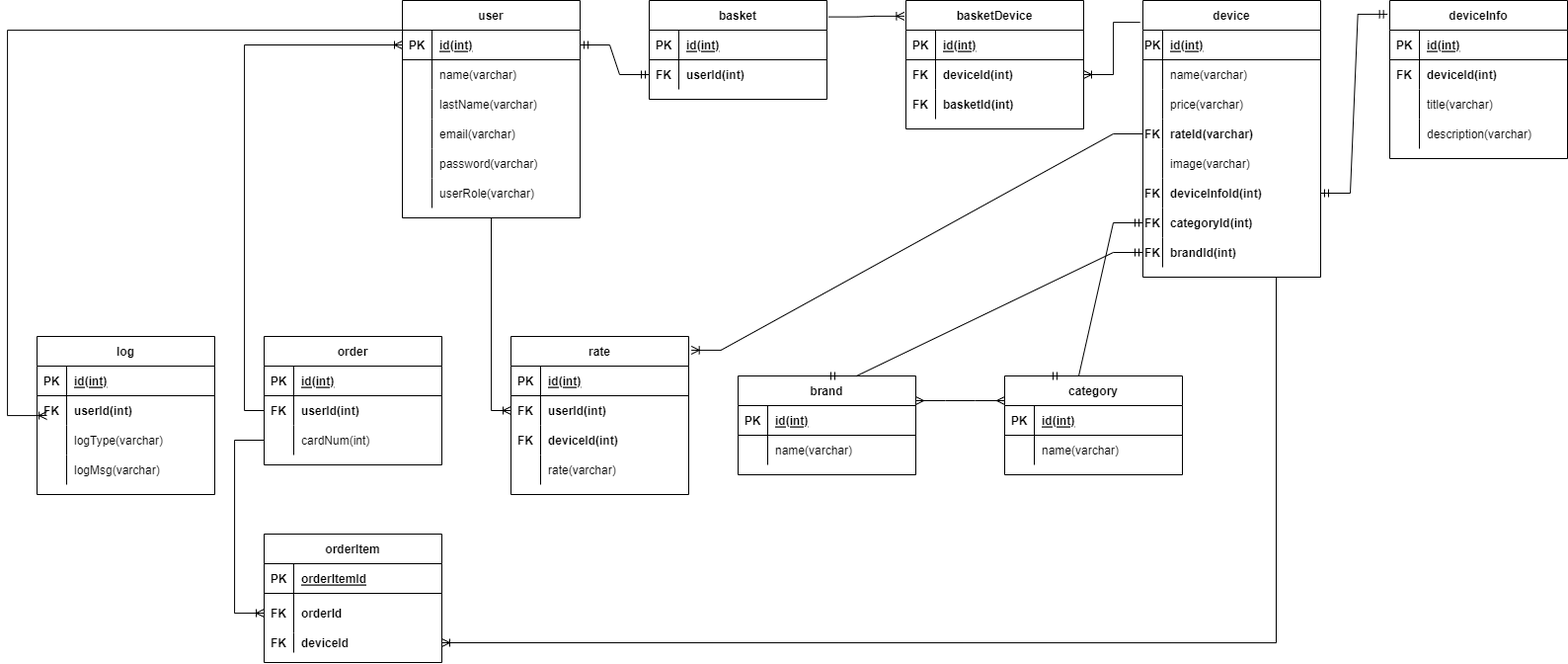
Before: Lab1/Lab1.drawio.png, a diagram exported from draw.io (Freasylol/MDiSUBD). Source tidied: cells renumbered, new cells last; positions are measured from the earlier drawing's top-left corner, leaving out a move shared by most shapes.
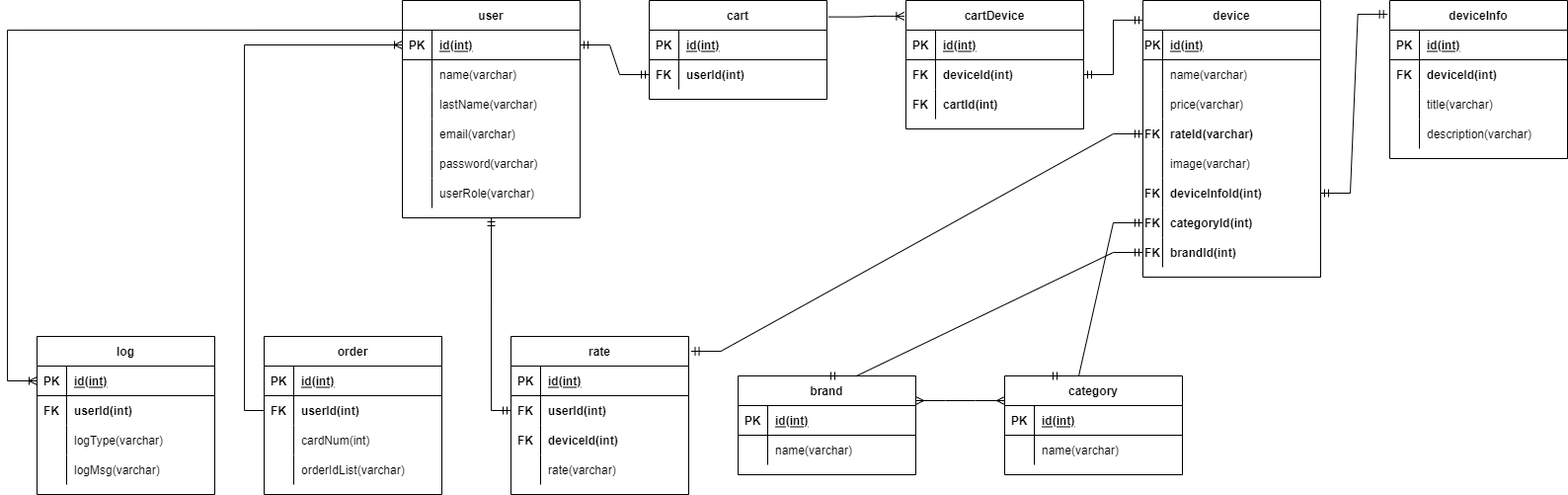
After the change.

Commit message:
refactor: basket replaced by cart

The edit, as a diff of the source:
```diff
@@ -59,7 +59,7 @@
     <mxCell id="20" value="userRole(varchar)" style="shape=partialRectangle;fillColor=none;top=0;left=0;bottom=0;right=0;align=left;spacingLeft=6;overflow=hidden;" parent="18" vertex="1">
       <mxGeometry x="30" width="150" height="30" as="geometry" />
     </mxCell>
-    <mxCell id="21" value="basket" style="shape=table;startSize=30;rowLines=0;fontStyle=1;align=center;" parent="1" vertex="1">
+    <mxCell id="21" value="cart" style="shape=table;startSize=30;rowLines=0;fontStyle=1;align=center;" parent="1" vertex="1">
       <mxGeometry x="650" width="180" height="100" as="geometry" />
     </mxCell>
     <mxCell id="22" style="shape=tableRow;horizontal=0;startSize=0;swimlaneHead=0;swimlaneBody=0;fillColor=none;top=0;left=0;right=0;bottom=1;" parent="21" vertex="1">
@@ -80,7 +80,7 @@
     <mxCell id="27" value="userId(int)" style="shape=partialRectangle;fillColor=none;top=0;left=0;bottom=0;right=0;align=left;spacingLeft=6;overflow=hidden;fontStyle=1;" parent="25" vertex="1">
       <mxGeometry x="30" width="150" height="30" as="geometry" />
     </mxCell>
-    <mxCell id="28" value="basketDevice" style="shape=table;startSize=30;rowLines=0;fontStyle=1;align=center;" parent="1" vertex="1">
+    <mxCell id="28" value="cartDevice" style="shape=table;startSize=30;rowLines=0;fontStyle=1;align=center;" parent="1" vertex="1">
       <mxGeometry x="910" width="180" height="130" as="geometry" />
     </mxCell>
     <mxCell id="29" style="shape=tableRow;horizontal=0;startSize=0;swimlaneHead=0;swimlaneBody=0;fillColor=none;top=0;left=0;right=0;bottom=1;" parent="28" vertex="1">
@@ -107,7 +107,7 @@
     <mxCell id="36" value="FK" style="shape=partialRectangle;fillColor=none;top=0;left=0;bottom=0;right=0;overflow=hidden;fontStyle=1;" parent="35" vertex="1">
       <mxGeometry width="30" height="30" as="geometry" />
     </mxCell>
-    <mxCell id="37" value="basketId(int)" style="shape=partialRectangle;fillColor=none;top=0;left=0;bottom=0;right=0;align=left;spacingLeft=6;overflow=hidden;fontStyle=1;" parent="35" vertex="1">
+    <mxCell id="37" value="cartId(int)" style="shape=partialRectangle;fillColor=none;top=0;left=0;bottom=0;right=0;align=left;spacingLeft=6;overflow=hidden;fontStyle=1;" parent="35" vertex="1">
       <mxGeometry x="30" width="150" height="30" as="geometry" />
     </mxCell>
     <mxCell id="38" style="edgeStyle=entityRelationEdgeStyle;fontSize=12;html=1;endArrow=ERmandOne;startArrow=ERmandOne;rounded=0;exitX=1;exitY=0.5;exitDx=0;exitDy=0;entryX=0;entryY=0.5;entryDx=0;entryDy=0;" parent="1" edge="1" source="3" target="25">
@@ -230,6 +230,9 @@
     <mxCell id="77" value="description(varchar)" style="shape=partialRectangle;fillColor=none;top=0;left=0;bottom=0;right=0;align=left;spacingLeft=6;overflow=hidden;fontStyle=0;" parent="75" vertex="1">
       <mxGeometry x="30" width="150" height="30" as="geometry" />
     </mxCell>
+    <mxCell id="149" style="edgeStyle=entityRelationEdgeStyle;fontSize=12;html=1;endArrow=ERmandOne;startArrow=ERmandOne;rounded=0;exitX=1;exitY=0.5;exitDx=0;exitDy=0;entryX=0;entryY=0.071;entryDx=0;entryDy=0;entryPerimeter=0;" parent="1" edge="1" source="32" target="40">
+      <mxGeometry relative="1" as="geometry" />
+    </mxCell>
     <mxCell id="78" style="edgeStyle=entityRelationEdgeStyle;fontSize=12;html=1;endArrow=ERmandOne;startArrow=ERmandOne;rounded=0;exitX=1;exitY=0.5;exitDx=0;exitDy=0;entryX=-0.013;entryY=0.087;entryDx=0;entryDy=0;entryPerimeter=0;" parent="1" edge="1" source="56" target="65">
       <mxGeometry relative="1" as="geometry" />
     </mxCell>
@@ -272,6 +275,16 @@
     <mxCell id="91" value="rate(varchar)" style="shape=partialRectangle;fillColor=none;top=0;left=0;bottom=0;right=0;align=left;spacingLeft=6;overflow=hidden;fontStyle=0;" parent="89" vertex="1">
       <mxGeometry x="30" width="150" height="30" as="geometry" />
     </mxCell>
+    <mxCell id="150" style="edgeStyle=orthogonalEdgeStyle;fontSize=12;html=1;endArrow=ERmandOne;startArrow=ERmandOne;rounded=0;entryX=0.5;entryY=1;entryDx=0;entryDy=0;exitX=0;exitY=0.5;exitDx=0;exitDy=0;" parent="1" edge="1" source="83" target="2">
+      <mxGeometry relative="1" as="geometry">
+        <Array as="points">
+          <mxPoint x="490" y="415" />
+        </Array>
+      </mxGeometry>
+    </mxCell>
+    <mxCell id="151" style="edgeStyle=entityRelationEdgeStyle;fontSize=12;html=1;endArrow=ERmandOne;startArrow=ERmandOne;rounded=0;exitX=1.014;exitY=0.094;exitDx=0;exitDy=0;exitPerimeter=0;entryX=0;entryY=0.5;entryDx=0;entryDy=0;" parent="1" edge="1" source="79" target="50">
+      <mxGeometry relative="1" as="geometry" />
+    </mxCell>
     <mxCell id="92" value="brand" style="shape=table;startSize=30;rowLines=0;fontStyle=1;align=center;" parent="1" vertex="1">
       <mxGeometry x="740" y="380" width="180" height="100" as="geometry" />
     </mxCell>
@@ -324,7 +337,7 @@
       <mxGeometry relative="1" as="geometry" />
     </mxCell>
     <mxCell id="109" value="order" style="shape=table;startSize=30;rowLines=0;fontStyle=1;align=center;" parent="1" vertex="1">
-      <mxGeometry x="260" y="340" width="180" height="130" as="geometry" />
+      <mxGeometry x="260" y="340" width="180" height="160" as="geometry" />
     </mxCell>
     <mxCell id="110" style="shape=tableRow;horizontal=0;startSize=0;swimlaneHead=0;swimlaneBody=0;fillColor=none;top=0;left=0;right=0;bottom=1;" parent="109" vertex="1">
       <mxGeometry y="30" width="180" height="30" as="geometry" />
@@ -353,6 +366,15 @@
     <mxCell id="118" value="cardNum(int)" style="shape=partialRectangle;fillColor=none;top=0;left=0;bottom=0;right=0;align=left;spacingLeft=6;overflow=hidden;" parent="116" vertex="1">
       <mxGeometry x="30" width="150" height="30" as="geometry" />
     </mxCell>
+    <mxCell id="152" style="shape=tableRow;horizontal=0;startSize=0;swimlaneHead=0;swimlaneBody=0;fillColor=none;top=0;left=0;right=0;bottom=0;" parent="109" vertex="1">
+      <mxGeometry y="120" width="180" height="30" as="geometry" />
+    </mxCell>
+    <mxCell id="153" style="shape=partialRectangle;fillColor=none;top=0;left=0;bottom=0;right=0;overflow=hidden;" parent="152" vertex="1">
+      <mxGeometry width="30" height="30" as="geometry" />
+    </mxCell>
+    <mxCell id="154" value="orderIdList(varchar)" style="shape=partialRectangle;fillColor=none;top=0;left=0;bottom=0;right=0;align=left;spacingLeft=6;overflow=hidden;" parent="152" vertex="1">
+      <mxGeometry x="30" width="150" height="30" as="geometry" />
+    </mxCell>
     <mxCell id="119" value="log" style="shape=table;startSize=30;rowLines=0;fontStyle=1;align=center;" parent="1" vertex="1">
       <mxGeometry x="30" y="340" width="180" height="160" as="geometry" />
     </mxCell>
@@ -400,69 +422,13 @@
         </Array>
       </mxGeometry>
     </mxCell>
-    <mxCell id="133" style="edgeStyle=orthogonalEdgeStyle;fontSize=12;html=1;endArrow=ERoneToMany;rounded=0;exitX=0;exitY=0;exitDx=0;exitDy=0;exitPerimeter=0;" parent="1" edge="1" source="3">
+    <mxCell id="133" style="edgeStyle=orthogonalEdgeStyle;fontSize=12;html=1;endArrow=ERoneToMany;rounded=0;entryX=0;entryY=0.5;entryDx=0;entryDy=0;exitX=0;exitY=0;exitDx=0;exitDy=0;exitPerimeter=0;" parent="1" edge="1" source="3" target="120">
       <mxGeometry relative="1" as="geometry">
-        <mxPoint x="40" y="420" as="targetPoint" />
         <Array as="points">
           <mxPoint y="30" />
-          <mxPoint y="420" />
-          <mxPoint x="30" y="420" />
+          <mxPoint y="385" />
         </Array>
       </mxGeometry>
     </mxCell>
-    <mxCell id="134" value="orderItem" style="shape=table;startSize=30;rowLines=0;fontStyle=1;align=center;" parent="1" vertex="1">
-      <mxGeometry x="260" y="540" width="180" height="130" as="geometry" />
-    </mxCell>
-    <mxCell id="135" style="shape=tableRow;horizontal=0;startSize=0;swimlaneHead=0;swimlaneBody=0;fillColor=none;top=0;left=0;right=0;bottom=1;" parent="134" vertex="1">
-      <mxGeometry y="30" width="180" height="30" as="geometry" />
-    </mxCell>
-    <mxCell id="136" value="PK" style="shape=partialRectangle;fillColor=none;top=0;left=0;bottom=0;right=0;fontStyle=1;overflow=hidden;" parent="135" vertex="1">
-      <mxGeometry width="30" height="30" as="geometry" />
-    </mxCell>
-    <mxCell id="137" value="orderItemId" style="shape=partialRectangle;fillColor=none;top=0;left=0;bottom=0;right=0;align=left;spacingLeft=6;fontStyle=5;overflow=hidden;" parent="135" vertex="1">
-      <mxGeometry x="30" width="150" height="30" as="geometry" />
-    </mxCell>
-    <mxCell id="138" style="shape=tableRow;horizontal=0;startSize=0;swimlaneHead=0;swimlaneBody=0;fillColor=none;points=[[0,0.5],[1,0.5]];portConstraint=eastwest;top=0;left=0;right=0;bottom=0;" parent="134" vertex="1">
-      <mxGeometry y="60" width="180" height="40" as="geometry" />
-    </mxCell>
-    <mxCell id="139" value="FK" style="shape=partialRectangle;fillColor=none;top=0;left=0;bottom=0;right=0;overflow=hidden;fontStyle=1;" parent="138" vertex="1">
-      <mxGeometry width="30" height="40" as="geometry" />
-    </mxCell>
-    <mxCell id="140" value="orderId" style="shape=partialRectangle;fillColor=none;top=0;left=0;bottom=0;right=0;align=left;spacingLeft=6;overflow=hidden;fontStyle=1;" parent="138" vertex="1">
-      <mxGeometry x="30" width="150" height="40" as="geometry" />
-    </mxCell>
-    <mxCell id="141" style="shape=tableRow;horizontal=0;startSize=0;swimlaneHead=0;swimlaneBody=0;fillColor=none;points=[[0,0.5],[1,0.5]];portConstraint=eastwest;top=0;left=0;right=0;bottom=0;" parent="134" vertex="1">
-      <mxGeometry y="100" width="180" height="20" as="geometry" />
-    </mxCell>
-    <mxCell id="142" value="FK" style="shape=partialRectangle;fillColor=none;top=0;left=0;bottom=0;right=0;overflow=hidden;fontStyle=1;" parent="141" vertex="1">
-      <mxGeometry width="30" height="20" as="geometry" />
-    </mxCell>
-    <mxCell id="143" value="deviceId" style="shape=partialRectangle;fillColor=none;top=0;left=0;bottom=0;right=0;align=left;spacingLeft=6;overflow=hidden;fontStyle=1;" parent="141" vertex="1">
-      <mxGeometry x="30" width="150" height="20" as="geometry" />
-    </mxCell>
-    <mxCell id="144" style="edgeStyle=orthogonalEdgeStyle;fontSize=12;html=1;endArrow=ERoneToMany;rounded=0;exitX=0.5;exitY=1;exitDx=0;exitDy=0;entryX=0;entryY=0.5;entryDx=0;entryDy=0;" parent="1" edge="1" source="2" target="83">
-      <mxGeometry relative="1" as="geometry">
-        <Array as="points">
-          <mxPoint x="490" y="415" />
-        </Array>
-      </mxGeometry>
-    </mxCell>
-    <mxCell id="145" style="edgeStyle=orthogonalEdgeStyle;fontSize=12;html=1;endArrow=ERoneToMany;rounded=0;entryX=0;entryY=0.5;entryDx=0;entryDy=0;exitX=0;exitY=0.5;exitDx=0;exitDy=0;" parent="1" edge="1" source="116" target="138">
-      <mxGeometry relative="1" as="geometry">
-        <Array as="points">
-          <mxPoint x="230" y="445" />
-          <mxPoint x="230" y="620" />
-        </Array>
-      </mxGeometry>
-    </mxCell>
-    <mxCell id="146" style="edgeStyle=orthogonalEdgeStyle;fontSize=12;html=1;endArrow=ERoneToMany;rounded=0;entryX=1;entryY=0.5;entryDx=0;entryDy=0;exitX=0.75;exitY=1;exitDx=0;exitDy=0;" parent="1" edge="1" source="40" target="141">
-      <mxGeometry relative="1" as="geometry" />
-    </mxCell>
-    <mxCell id="147" style="edgeStyle=orthogonalEdgeStyle;fontSize=12;html=1;endArrow=ERoneToMany;rounded=0;entryX=1;entryY=0.5;entryDx=0;entryDy=0;exitX=-0.016;exitY=0.079;exitDx=0;exitDy=0;exitPerimeter=0;" parent="1" edge="1" source="40" target="32">
-      <mxGeometry relative="1" as="geometry" />
-    </mxCell>
-    <mxCell id="148" style="edgeStyle=entityRelationEdgeStyle;fontSize=12;html=1;endArrow=ERoneToMany;rounded=0;entryX=1.015;entryY=0.087;entryDx=0;entryDy=0;entryPerimeter=0;exitX=0;exitY=0.5;exitDx=0;exitDy=0;" parent="1" edge="1" source="50" target="79">
-      <mxGeometry relative="1" as="geometry" />
-    </mxCell>
   </root>
 </mxGraphModel>
```
